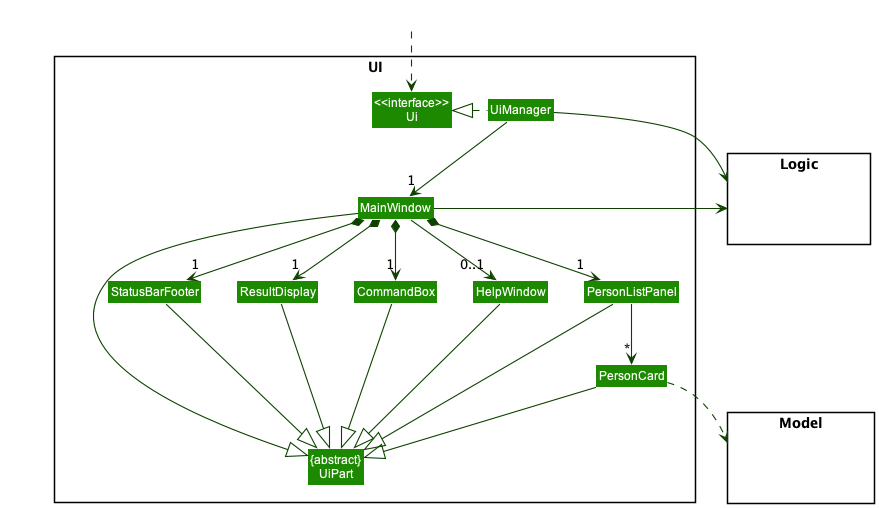
Above: docs/images/UiClassDiagram.png in nus-cs2103-AY2223S1/tp (PlantUML), before the change.
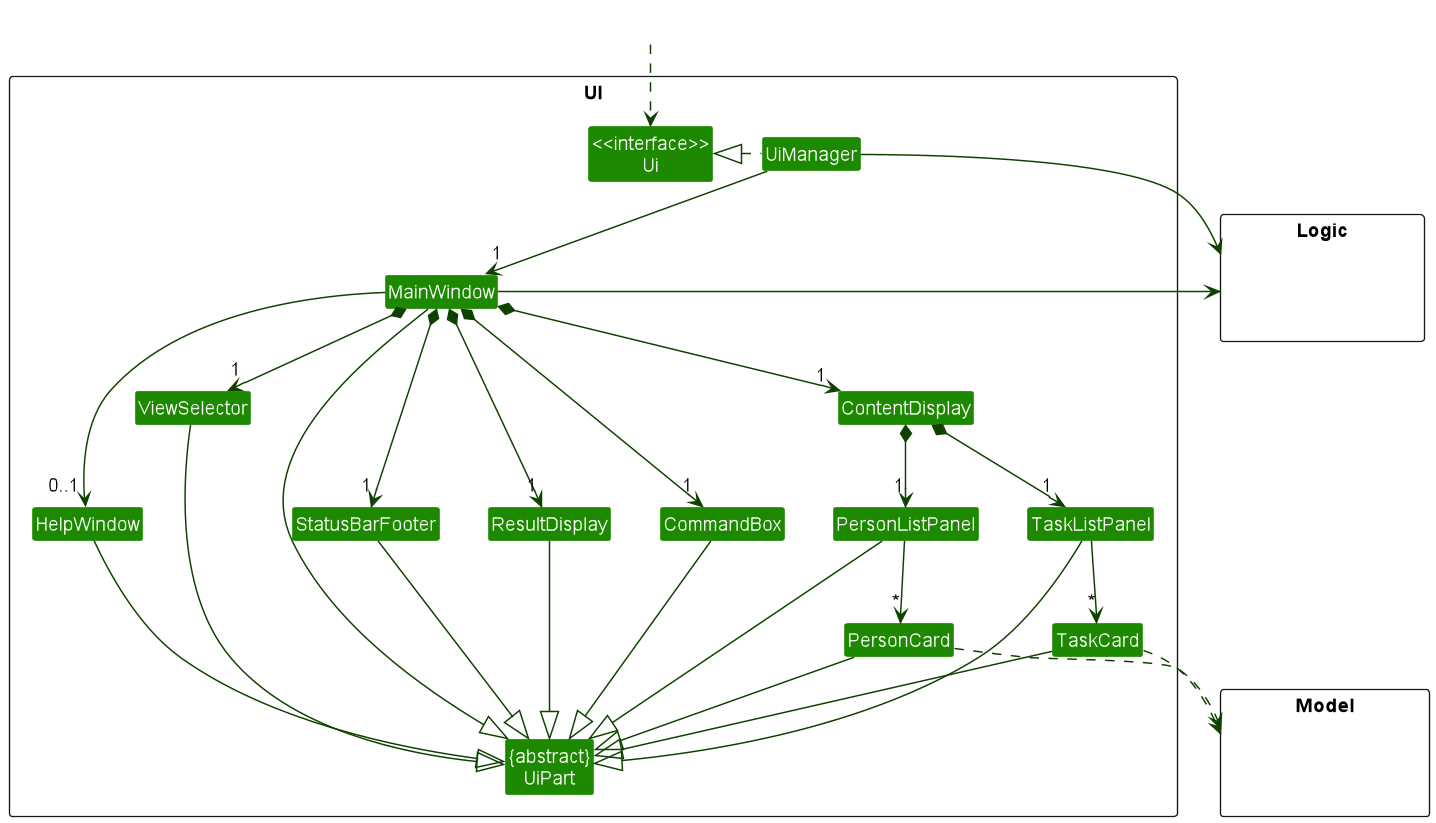
The same diagram one commit later.

Change to the diagram source:
```diff
@@ -1,4 +1,5 @@
 @startuml
+scale 1.35
 !include style.puml
 skinparam arrowThickness 1.1
 skinparam arrowColor UI_COLOR_T4
@@ -12,7 +13,11 @@
 Class HelpWindow
 Class ResultDisplay
 Class PersonListPanel
+Class ContentDisplay
+Class TaskListPanel
 Class PersonCard
+Class ViewSelector
+Class TaskCard
 Class StatusBarFooter
 Class CommandBox
 }
@@ -32,22 +37,31 @@
 UiManager -down-> "1" MainWindow
 MainWindow *-down->  "1" CommandBox
 MainWindow *-down-> "1" ResultDisplay
-MainWindow *-down-> "1" PersonListPanel
+MainWindow *-down-> "1" ViewSelector
+MainWindow *-down-> "1" ContentDisplay
+ContentDisplay *-down-> "1" PersonListPanel
+ContentDisplay *-down-> "1" TaskListPanel
 MainWindow *-down-> "1" StatusBarFooter
 MainWindow --> "0..1" HelpWindow
 
 PersonListPanel -down-> "*" PersonCard
+
+TaskListPanel -down-> "*" TaskCard
 
 MainWindow -left-|> UiPart
 
 ResultDisplay --|> UiPart
 CommandBox --|> UiPart
 PersonListPanel --|> UiPart
+TaskListPanel --|> UiPart
 PersonCard --|> UiPart
+TaskCard --|> UiPart
+ViewSelector --|> UiPart
 StatusBarFooter --|> UiPart
 HelpWindow --|> UiPart
 
 PersonCard ..> Model
+TaskCard ..> Model
 UiManager -right-> Logic
 MainWindow -left-> Logic
 
```
